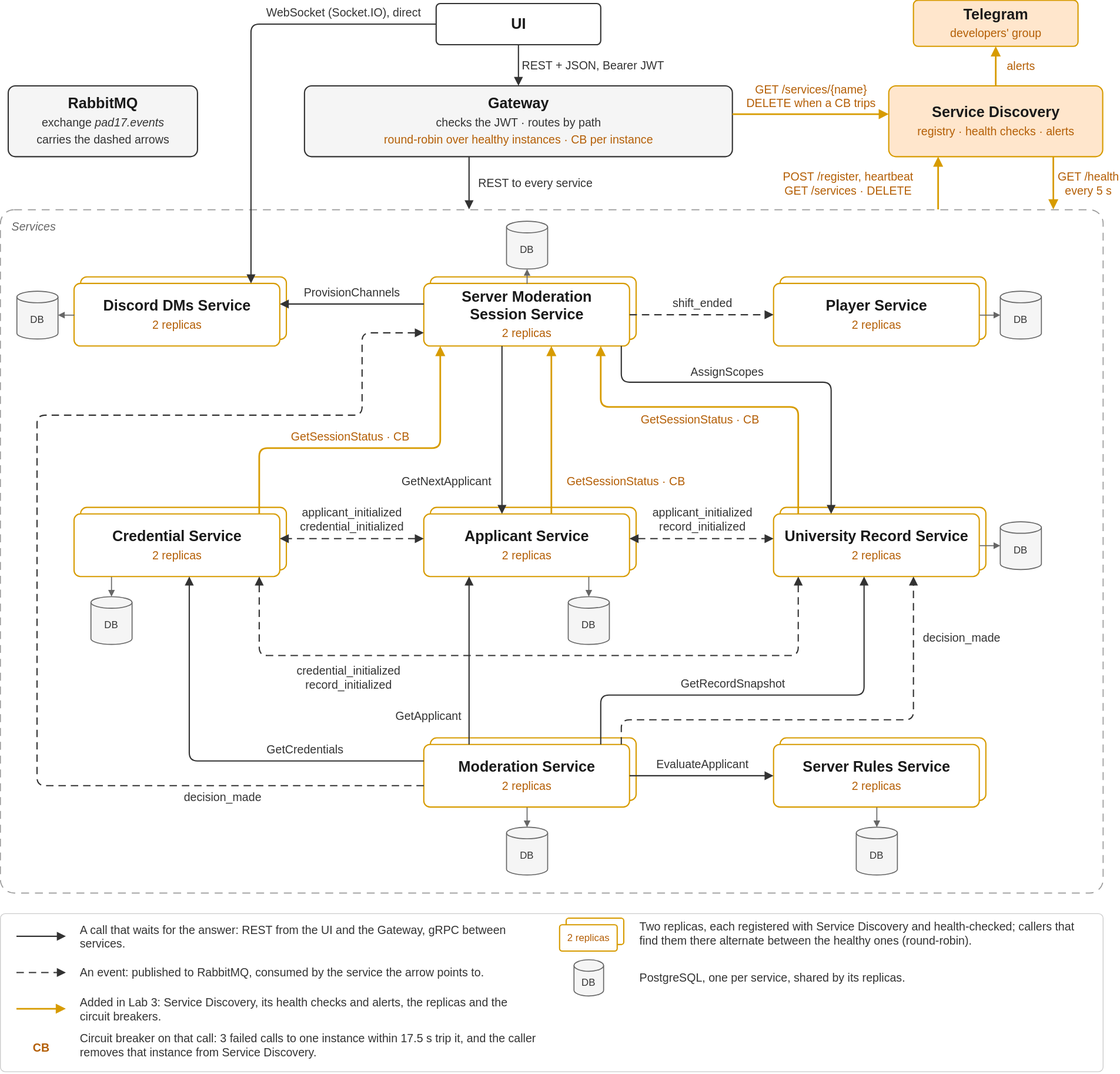
The draw.io diagram architecture_diagram.svg in AnastasiaT18/pad-team-17-student-id-please, before a commit. Source tidied: cells renumbered, new cells last; positions are measured from the earlier drawing's top-left corner, leaving out a move shared by most shapes.
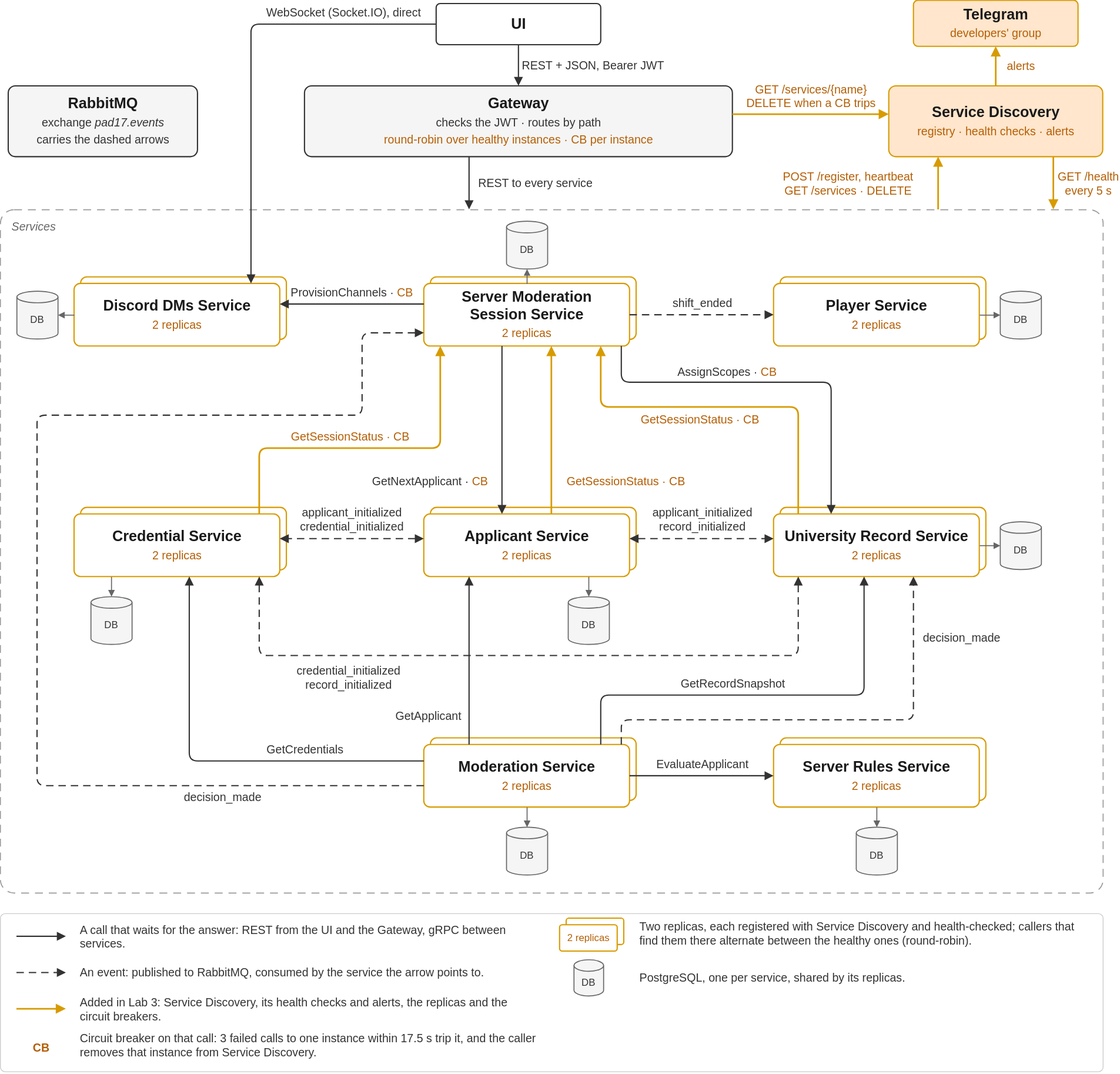
After the change.

Commit message:
Mark Session Service's calls guarded by its circuit breaker in the diagram

Diff of the diagram source:
```diff
@@ -157,17 +157,17 @@
         <mxPoint x="42" as="offset" />
       </mxGeometry>
     </mxCell>
-    <mxCell id="48" value="ProvisionChannels" style="fontFamily=Helvetica;edgeStyle=none;rounded=1;html=1;endArrow=block;endFill=1;endSize=7;exitPerimeter=0;entryPerimeter=0;labelBackgroundColor=#ffffff;fontSize=14;strokeColor=#333333;strokeWidth=1.5;fontColor=#333333;exitX=0;exitY=0.3289;entryX=1;entryY=0.3289;" parent="1" edge="1" source="12" target="10">
+    <mxCell id="48" value="ProvisionChannels · &lt;font color=&quot;#b45f06&quot;&gt;CB&lt;/font&gt;" style="fontFamily=Helvetica;edgeStyle=none;rounded=1;html=1;endArrow=block;endFill=1;endSize=7;exitPerimeter=0;entryPerimeter=0;labelBackgroundColor=#ffffff;fontSize=14;strokeColor=#333333;strokeWidth=1.5;fontColor=#333333;exitX=0;exitY=0.3289;entryX=1;entryY=0.3289;" parent="1" edge="1" source="12" target="10">
       <mxGeometry relative="1" as="geometry">
         <mxPoint x="-0.5" y="-14" as="offset" />
       </mxGeometry>
     </mxCell>
-    <mxCell id="49" value="GetNextApplicant" style="fontFamily=Helvetica;edgeStyle=none;rounded=1;html=1;endArrow=block;endFill=1;endSize=7;exitPerimeter=0;entryPerimeter=0;labelBackgroundColor=#ffffff;fontSize=14;strokeColor=#333333;strokeWidth=1.5;fontColor=#333333;exitX=0.38;exitY=1;entryX=0.38;entryY=0;" parent="1" edge="1" source="12" target="18">
+    <mxCell id="49" value="GetNextApplicant · &lt;font color=&quot;#b45f06&quot;&gt;CB&lt;/font&gt;" style="fontFamily=Helvetica;edgeStyle=none;rounded=1;html=1;endArrow=block;endFill=1;endSize=7;exitPerimeter=0;entryPerimeter=0;labelBackgroundColor=#ffffff;fontSize=14;strokeColor=#333333;strokeWidth=1.5;fontColor=#333333;exitX=0.38;exitY=1;entryX=0.38;entryY=0;" parent="1" edge="1" source="12" target="18">
       <mxGeometry relative="1" as="geometry">
-        <mxPoint x="-68" y="62" as="offset" />
+        <mxPoint x="-88" y="62" as="offset" />
       </mxGeometry>
     </mxCell>
-    <mxCell id="50" value="AssignScopes" style="fontFamily=Helvetica;edgeStyle=none;rounded=1;html=1;endArrow=block;endFill=1;endSize=7;exitPerimeter=0;entryPerimeter=0;labelBackgroundColor=#ffffff;fontSize=14;strokeColor=#333333;strokeWidth=1.5;fontColor=#333333;exitX=0.96;exitY=1;entryX=0.28;entryY=0;" parent="1" edge="1" source="12" target="20">
+    <mxCell id="50" value="AssignScopes · &lt;font color=&quot;#b45f06&quot;&gt;CB&lt;/font&gt;" style="fontFamily=Helvetica;edgeStyle=none;rounded=1;html=1;endArrow=block;endFill=1;endSize=7;exitPerimeter=0;entryPerimeter=0;labelBackgroundColor=#ffffff;fontSize=14;strokeColor=#333333;strokeWidth=1.5;fontColor=#333333;exitX=0.96;exitY=1;entryX=0.28;entryY=0;" parent="1" edge="1" source="12" target="20">
       <mxGeometry relative="1" as="geometry">
         <Array as="points">
           <mxPoint x="755" y="464" />
```
